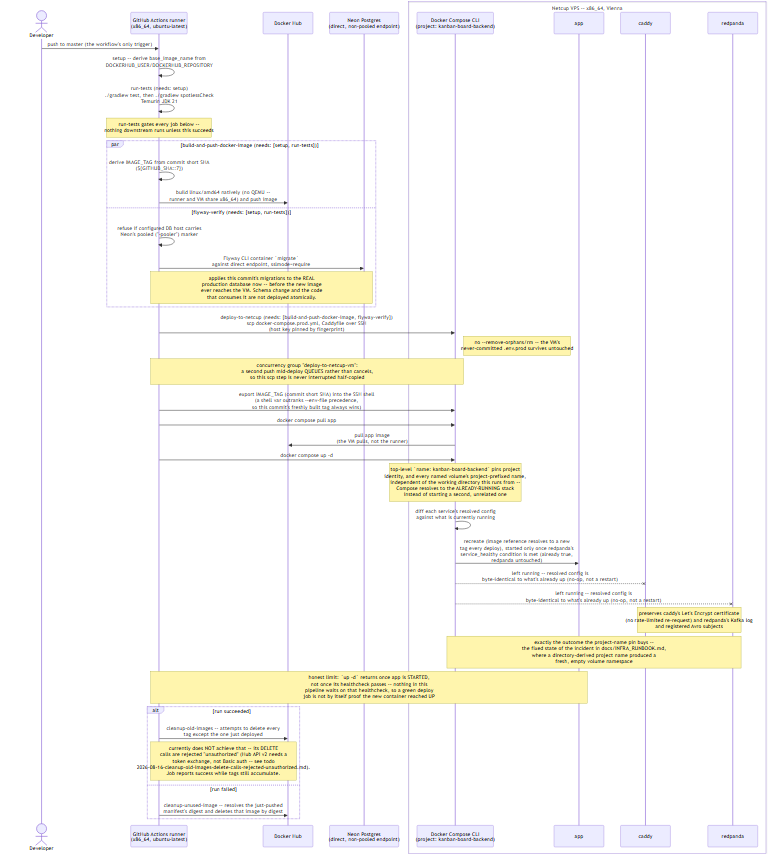
Before: docs/diagrams/infra-delivery-scenario.png, a diagram exported from Mermaid (RudVlad473/kanban-board-backend). Its source is kept beside it as docs/diagrams/infra-delivery-scenario.mmd.
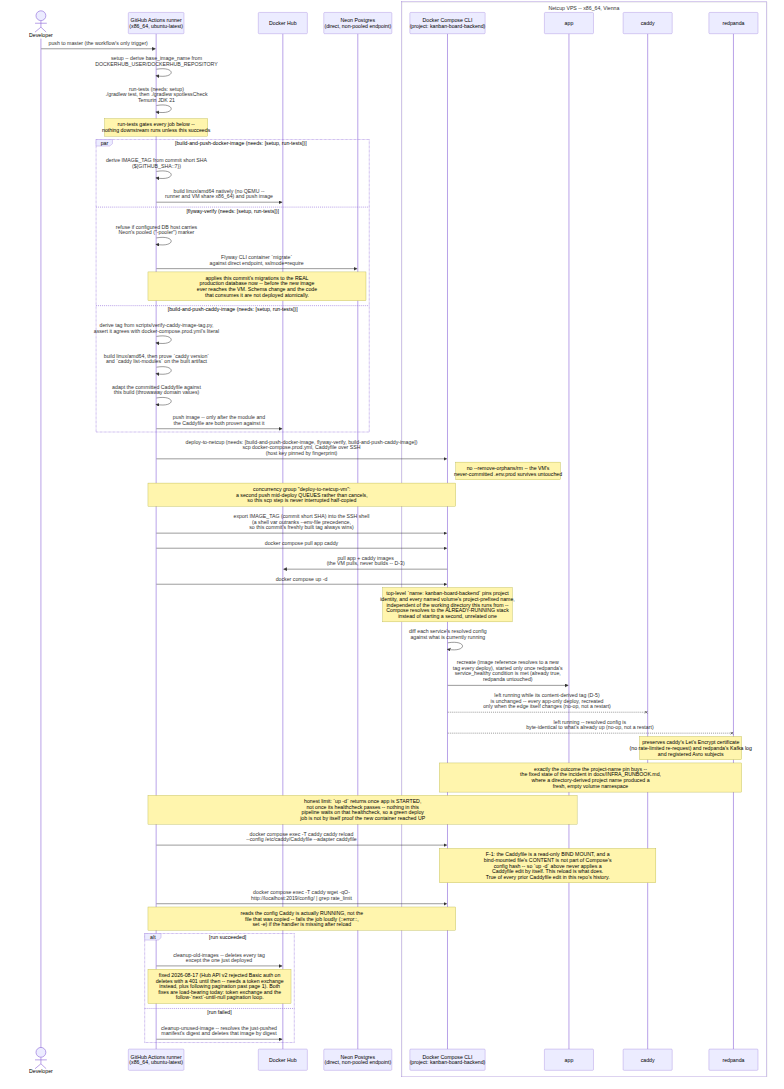
After the change.

Commit message:
docs(260903-dvp): update infra docs and diagrams for the Caddy rate limiter (F-3)

What changed in the source:
```diff
@@ -25,28 +25,38 @@
         GH->>GH: refuse if configured DB host carries<br/>Neon's pooled ("-pooler") marker
         GH->>Neon: Flyway CLI container `migrate`<br/>against direct endpoint, sslmode=require
         Note over GH,Neon: applies this commit's migrations to the REAL<br/>production database now -- before the new image<br/>ever reaches the VM. Schema change and the code<br/>that consumes it are not deployed atomically.
+    and build-and-push-caddy-image (needs: [setup, run-tests])
+        GH->>GH: derive tag from scripts/verify-caddy-image-tag.py,<br/>assert it agrees with docker-compose.prod.yml's literal
+        GH->>GH: build linux/amd64, then prove `caddy version`<br/>and `caddy list-modules` on the built artifact
+        GH->>GH: adapt the committed Caddyfile against<br/>this build (throwaway domain values)
+        GH->>DH: push image -- only after the module and<br/>the Caddyfile are both proven against it
     end
 
-    GH->>Comp: deploy-to-netcup (needs: [build-and-push-docker-image, flyway-verify])<br/>scp docker-compose.prod.yml, Caddyfile over SSH<br/>(host key pinned by fingerprint)
+    GH->>Comp: deploy-to-netcup (needs: [build-and-push-docker-image, flyway-verify, build-and-push-caddy-image])<br/>scp docker-compose.prod.yml, Caddyfile over SSH<br/>(host key pinned by fingerprint)
     Note right of Comp: no --remove-orphans/rm -- the VM's<br/>never-committed .env.prod survives untouched
     Note over GH,Comp: concurrency group "deploy-to-netcup-vm":<br/>a second push mid-deploy QUEUES rather than cancels,<br/>so this scp step is never interrupted half-copied
     GH->>Comp: export IMAGE_TAG (commit short SHA) into the SSH shell<br/>(a shell var outranks --env-file precedence,<br/>so this commit's freshly built tag always wins)
-    GH->>Comp: docker compose pull app
-    Comp->>DH: pull app image<br/>(the VM pulls, not the runner)
+    GH->>Comp: docker compose pull app caddy
+    Comp->>DH: pull app + caddy images<br/>(the VM pulls, never builds -- D-3)
 
     GH->>Comp: docker compose up -d
     Note over Comp: top-level `name: kanban-board-backend` pins project<br/>identity, and every named volume's project-prefixed name,<br/>independent of the working directory this runs from --<br/>Compose resolves to the ALREADY-RUNNING stack<br/>instead of starting a second, unrelated one
     Comp->>Comp: diff each service's resolved config<br/>against what is currently running
     Comp->>App: recreate (image reference resolves to a new<br/>tag every deploy), started only once redpanda's<br/>service_healthy condition is met (already true,<br/>redpanda untouched)
-    Comp--xCaddy: left running -- resolved config is<br/>byte-identical to what's already up (no-op, not a restart)
+    Comp--xCaddy: left running while its content-derived tag (D-5)<br/>is unchanged -- every app-only deploy, recreated<br/>only when the edge itself changes (no-op, not a restart)
     Comp--xRP: left running -- resolved config is<br/>byte-identical to what's already up (no-op, not a restart)
     Note over Caddy,RP: preserves caddy's Let's Encrypt certificate<br/>(no rate-limited re-request) and redpanda's Kafka log<br/>and registered Avro subjects
     Note over Comp,RP: exactly the outcome the project-name pin buys --<br/>the fixed state of the incident in docs/INFRA_RUNBOOK.md,<br/>where a directory-derived project name produced a<br/>fresh, empty volume namespace
     Note over GH,App: honest limit: `up -d` returns once app is STARTED,<br/>not once its healthcheck passes -- nothing in this<br/>pipeline waits on that healthcheck, so a green deploy<br/>job is not by itself proof the new container reached UP
 
+    GH->>Comp: docker compose exec -T caddy caddy reload<br/>--config /etc/caddy/Caddyfile --adapter caddyfile
+    Note over Comp,Caddy: F-1: the Caddyfile is a read-only BIND MOUNT, and a<br/>bind-mounted file's CONTENT is not part of Compose's<br/>config hash -- so `up -d` above never applies a<br/>Caddyfile edit by itself. This reload is what does.<br/>True of every prior Caddyfile edit in this repo's history.
+    GH->>Comp: docker compose exec -T caddy wget -qO-<br/>http://localhost:2019/config/ | grep rate_limit
+    Note over GH,Comp: reads the config Caddy is actually RUNNING, not the<br/>file that was copied -- fails the job loudly (::error::,<br/>set -e) if the handler is missing after reload
+
     alt run succeeded
-        GH->>DH: cleanup-old-images -- attempts to delete every<br/>tag except the one just deployed
-        Note over GH,DH: currently does NOT achieve that -- its DELETE<br/>calls are rejected "unauthorized" (Hub API v2 needs a<br/>token exchange, not Basic auth -- see todo<br/>2026-08-16-cleanup-old-images-delete-calls-rejected-unauthorized.md).<br/>Job reports success while tags still accumulate.
+        GH->>DH: cleanup-old-images -- deletes every tag<br/>except the one just deployed
+        Note over GH,DH: fixed 2026-08-17 (Hub API v2 rejected Basic auth on<br/>deletes with a 401 until then -- needs a token exchange<br/>instead, plus following pagination past page 1). Both<br/>fixes are load-bearing today: token exchange and the<br/>follow-`next`-until-null pagination loop.
     else run failed
         GH->>DH: cleanup-unused-image -- resolves the just-pushed<br/>manifest's digest and deletes that image by digest
     end
```
